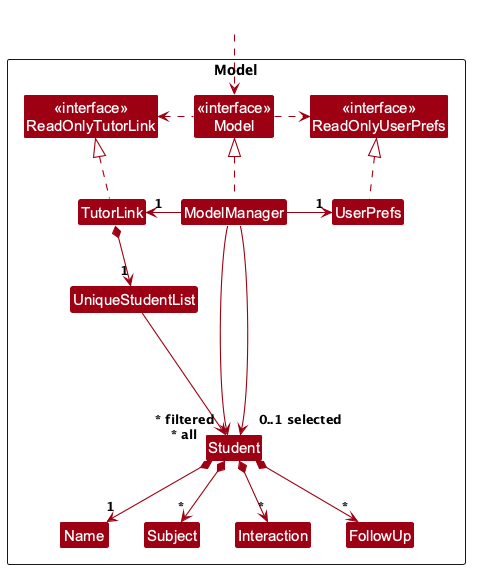
This is docs/images/ModelClassDiagram.png from AY2627S1-CS2103-F12-2/tp, a PlantUML export, as it was before one commit.
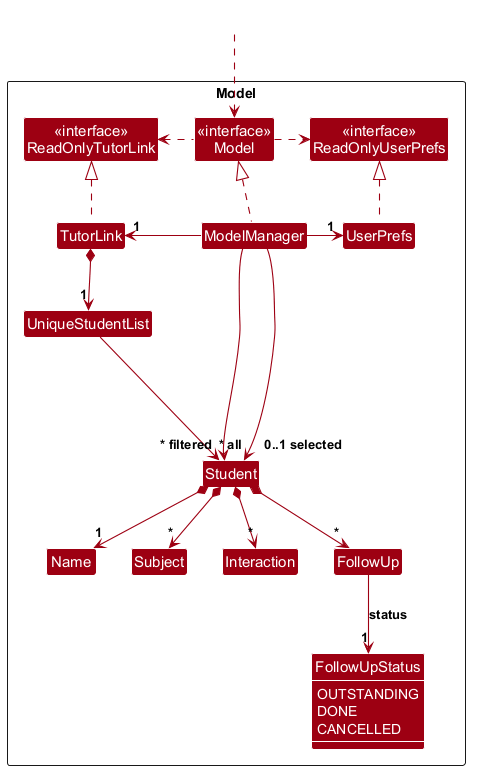
The same file after the commit.

Commit message:
Show follow-up status in Model diagram

The Model diagram omits the status stored by each follow-up.

Show FollowUpStatus and its three values, and associate each follow-up
with exactly one status. Regenerate the PNG to match the source.

Replace deprecated participant padding syntax in the shared style
with its supported equivalent to prevent renderer warning banners.

What changed in the source:
```diff
@@ -3,6 +3,7 @@
 skinparam arrowThickness 1.1
 skinparam arrowColor MODEL_COLOR
 skinparam classBackgroundColor MODEL_COLOR
+skinparam classAttributeFontColor #FFFFFF
 
 Package Model as ModelPackage <<Rectangle>>{
 Class "<<interface>>\nReadOnlyTutorLink" as ReadOnlyTutorLink
@@ -18,12 +19,19 @@
 Class Subject
 Class Interaction
 Class FollowUp
+enum FollowUpStatus {
+    OUTSTANDING
+    DONE
+    CANCELLED
+}
 
 Class I #FFFFFF
 }
 
 Class HiddenOutside #FFFFFF
 HiddenOutside ..> Model
+
+show FollowUpStatus members
 
 TutorLink .up.|> ReadOnlyTutorLink
 
@@ -40,6 +48,7 @@
 Student *--> "*" Subject
 Student *--> "*" Interaction
 Student *--> "*" FollowUp
+FollowUp --> "1" FollowUpStatus : status
 
 Student -[hidden]up--> I
 UniqueStudentList -[hidden]right-> I
```
